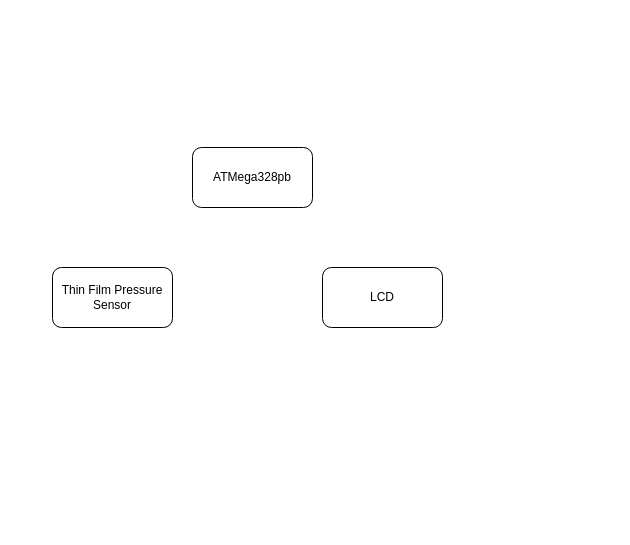
upenn-embedded/final-project-s25-slay keeps this draw.io diagram as System Diagram.drawio. Above is the earlier version. Source tidied: cells renumbered, new cells numbered last; positions are measured from the earlier drawing's top-left corner, leaving out a move shared by most shapes. Both pictures are drawn from the tidied source at 100%, with x=0, y=0 at pixel (52, 147).
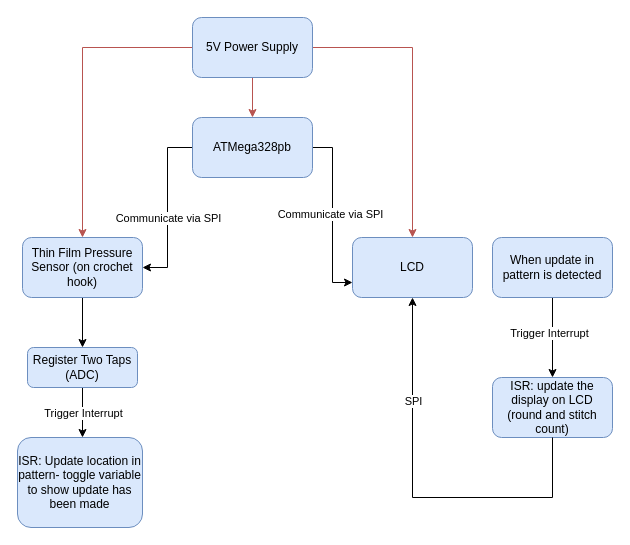
Above is the later version.

What changed in the source:
```diff
@@
+    <mxCell id="5" style="edgeStyle=orthogonalEdgeStyle;rounded=0;jettySize=auto;html=1;entryX=1;entryY=0.5;entryDx=0;entryDy=0;" parent="1" edge="1" source="2" target="3">
+      <mxGeometry relative="1" as="geometry" />
+    </mxCell>
+    <mxCell id="6" value="Communicate via SPI" style="edgeLabel;html=1;align=center;verticalAlign=middle;" parent="5" vertex="1">
+      <mxGeometry x="0.12" relative="1" as="geometry" />
+    </mxCell>
+    <mxCell id="7" style="edgeStyle=orthogonalEdgeStyle;rounded=0;jettySize=auto;html=1;entryX=0;entryY=0.75;entryDx=0;entryDy=0;" parent="1" edge="1" source="2" target="4">
+      <mxGeometry relative="1" as="geometry" />
+    </mxCell>
+    <mxCell id="8" value="Communicate via SPI" style="edgeLabel;html=1;align=center;verticalAlign=middle;" parent="7" vertex="1">
+      <mxGeometry x="-0.02" y="-3" relative="1" as="geometry" />
+    </mxCell>
-    <mxCell id="2" value="ATMega328pb" style="rounded=1;whiteSpace=wrap;html=1;" parent="1" vertex="1">
-      <mxGeometry x="140" width="120" height="60" as="geometry" />
+    <mxCell id="2" value="ATMega328pb" style="rounded=1;whiteSpace=wrap;html=1;fillColor=#dae8fc;strokeColor=#6c8ebf;" parent="1" vertex="1">
+      <mxGeometry x="140" y="-30" width="120" height="60" as="geometry" />
     </mxCell>
+    <mxCell id="9" style="edgeStyle=orthogonalEdgeStyle;rounded=0;jettySize=auto;html=1;entryX=0.5;entryY=0;entryDx=0;entryDy=0;" parent="1" edge="1" source="3" target="16">
+      <mxGeometry relative="1" as="geometry" />
+    </mxCell>
-    <mxCell id="3" value="Thin Film Pressure Sensor" style="rounded=1;whiteSpace=wrap;html=1;" parent="1" vertex="1">
-      <mxGeometry y="120" width="120" height="60" as="geometry" />
+    <mxCell id="3" value="Thin Film Pressure Sensor (on crochet hook)" style="rounded=1;whiteSpace=wrap;html=1;fillColor=#dae8fc;strokeColor=#6c8ebf;" parent="1" vertex="1">
+      <mxGeometry x="-30" y="90" width="120" height="60" as="geometry" />
     </mxCell>
-    <mxCell id="4" value="LCD" style="rounded=1;whiteSpace=wrap;html=1;" parent="1" vertex="1">
-      <mxGeometry x="270" y="120" width="120" height="60" as="geometry" />
+    <mxCell id="4" value="LCD" style="rounded=1;whiteSpace=wrap;html=1;fillColor=#dae8fc;strokeColor=#6c8ebf;" parent="1" vertex="1">
+      <mxGeometry x="300" y="90" width="120" height="60" as="geometry" />
     </mxCell>
+    <mxCell id="10" style="edgeStyle=orthogonalEdgeStyle;rounded=0;jettySize=auto;html=1;fillColor=#f8cecc;strokeColor=#b85450;" parent="1" edge="1" source="13" target="2">
+      <mxGeometry relative="1" as="geometry" />
+    </mxCell>
+    <mxCell id="11" style="edgeStyle=orthogonalEdgeStyle;rounded=0;jettySize=auto;html=1;entryX=0.5;entryY=0;entryDx=0;entryDy=0;fillColor=#f8cecc;strokeColor=#b85450;" parent="1" edge="1" source="13" target="3">
+      <mxGeometry relative="1" as="geometry" />
+    </mxCell>
+    <mxCell id="12" style="edgeStyle=orthogonalEdgeStyle;rounded=0;jettySize=auto;html=1;entryX=0.5;entryY=0;entryDx=0;entryDy=0;fillColor=#f8cecc;strokeColor=#b85450;" parent="1" edge="1" source="13" target="4">
+      <mxGeometry relative="1" as="geometry" />
+    </mxCell>
+    <mxCell id="13" value="5V Power Supply" style="rounded=1;whiteSpace=wrap;html=1;fillColor=#dae8fc;strokeColor=#6c8ebf;" parent="1" vertex="1">
+      <mxGeometry x="140" y="-130" width="120" height="60" as="geometry" />
+    </mxCell>
+    <mxCell id="14" style="edgeStyle=orthogonalEdgeStyle;rounded=0;jettySize=auto;html=1;" parent="1" edge="1" source="16">
+      <mxGeometry relative="1" as="geometry">
+        <mxPoint x="30" y="290" as="targetPoint" />
+      </mxGeometry>
+    </mxCell>
+    <mxCell id="15" value="Trigger Interrupt" style="edgeLabel;html=1;align=center;verticalAlign=middle;" parent="14" vertex="1">
+      <mxGeometry x="-0.01" relative="1" as="geometry" />
+    </mxCell>
+    <mxCell id="16" value="Register Two Taps&lt;div&gt;(ADC)&lt;/div&gt;" style="rounded=1;whiteSpace=wrap;html=1;fillColor=#dae8fc;strokeColor=#6c8ebf;" parent="1" vertex="1">
+      <mxGeometry x="-25" y="200" width="110" height="40" as="geometry" />
+    </mxCell>
+    <mxCell id="17" value="ISR: Update location in pattern- toggle variable to show update has been made" style="rounded=1;whiteSpace=wrap;html=1;fillColor=#dae8fc;strokeColor=#6c8ebf;" parent="1" vertex="1">
+      <mxGeometry x="-35" y="290" width="125" height="90" as="geometry" />
+    </mxCell>
+    <mxCell id="18" style="edgeStyle=orthogonalEdgeStyle;rounded=0;jettySize=auto;html=1;" parent="1" edge="1" source="20">
+      <mxGeometry relative="1" as="geometry">
+        <mxPoint x="500" y="230" as="targetPoint" />
+      </mxGeometry>
+    </mxCell>
+    <mxCell id="19" value="Trigger Interrupt" style="edgeLabel;html=1;align=center;verticalAlign=middle;" parent="18" vertex="1">
+      <mxGeometry x="-0.13" y="-4" relative="1" as="geometry" />
+    </mxCell>
+    <mxCell id="20" value="When update in pattern is detected" style="rounded=1;whiteSpace=wrap;html=1;fillColor=#dae8fc;strokeColor=#6c8ebf;" parent="1" vertex="1">
+      <mxGeometry x="440" y="90" width="120" height="60" as="geometry" />
+    </mxCell>
+    <mxCell id="21" value="ISR: update the display on LCD (round and stitch count)" style="rounded=1;whiteSpace=wrap;html=1;fillColor=#dae8fc;strokeColor=#6c8ebf;" parent="1" vertex="1">
+      <mxGeometry x="440" y="230" width="120" height="60" as="geometry" />
+    </mxCell>
+    <mxCell id="22" style="endArrow=classic;html=1;rounded=0;exitX=0.5;exitY=1;exitDx=0;exitDy=0;entryX=0.5;entryY=1;entryDx=0;entryDy=0;" parent="1" edge="1" source="21" target="4">
+      <mxGeometry relative="1" as="geometry">
+        <Array as="points">
+          <mxPoint x="500" y="350" />
+          <mxPoint x="360" y="350" />
+        </Array>
+      </mxGeometry>
+    </mxCell>
+    <mxCell id="23" value="SPI" style="edgeLabel;html=1;align=center;verticalAlign=middle;" parent="22" vertex="1">
+      <mxGeometry x="0.51" y="-5" relative="1" as="geometry">
+        <mxPoint x="-5" y="5" as="offset" />
+      </mxGeometry>
+    </mxCell>
```
